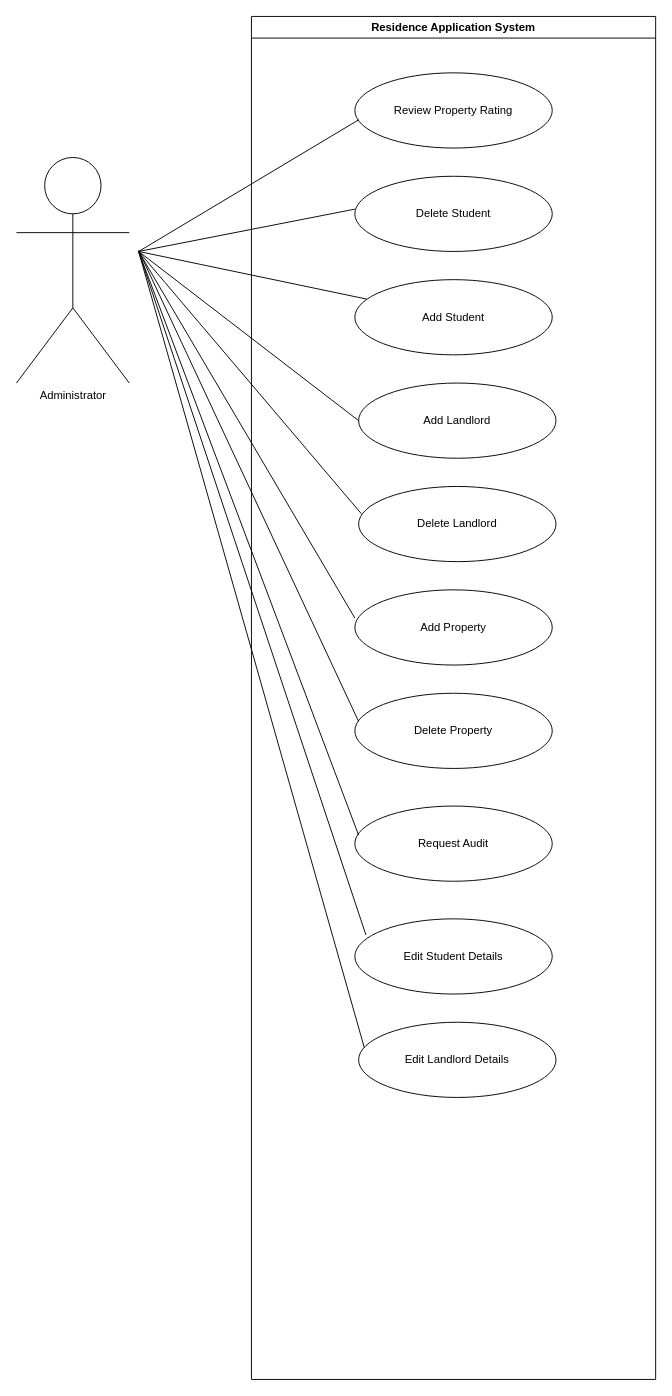
Above: AdminUseCase.drawio in SETHU60/cput_accomodation_application (draw.io), before the change. Source tidied: cells renumbered, new cells numbered last; positions are measured from the earlier drawing's top-left corner, leaving out a move shared by most shapes. Both pictures are drawn from the tidied source at 94%, with x=0, y=0 at pixel (16, 16).
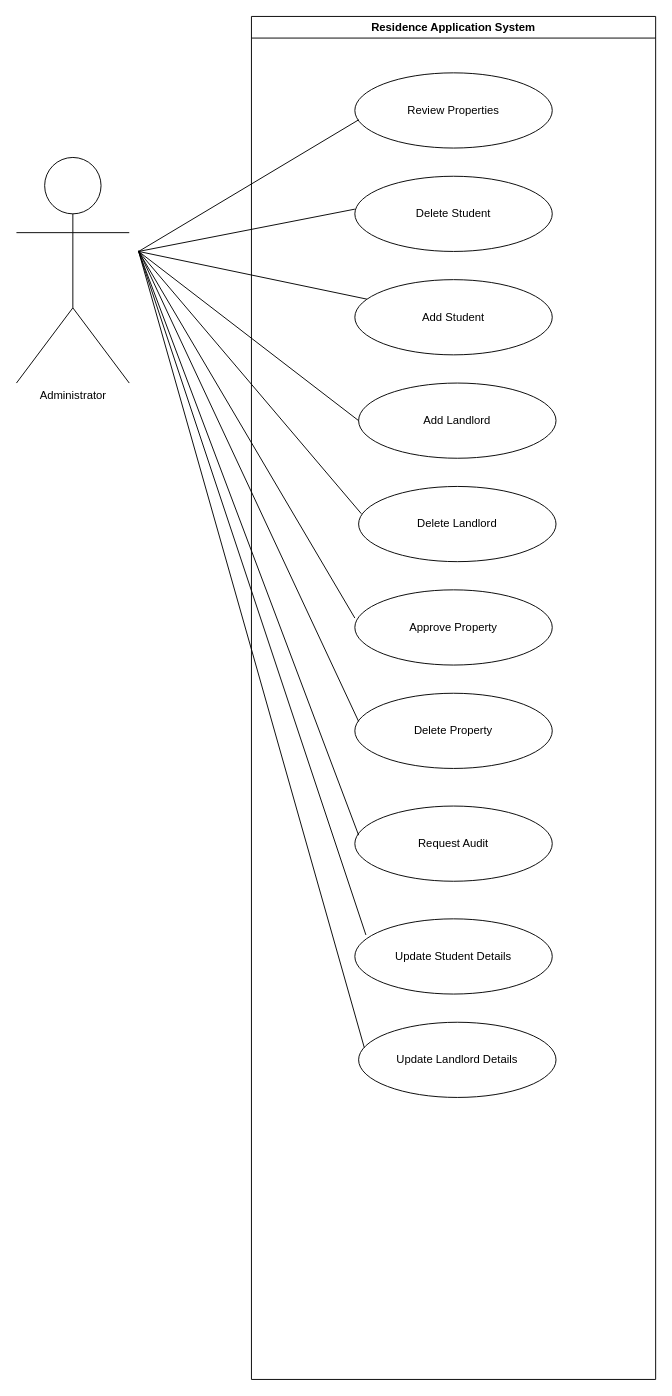
Above is the later version.

The change refers to these unchanged cells:
```xml
<mxCell id="2" value="Residence Application System" style="swimlane;whiteSpace=wrap;html=1;" parent="1" vertex="1">
  <mxGeometry x="250" width="430" height="1450" as="geometry" />
</mxCell>
```

Change to the diagram source:
```diff
@@
-    <mxCell id="3" value="Review Property Rating" style="ellipse;whiteSpace=wrap;html=1;" parent="2" vertex="1">
+    <mxCell id="3" value="Review Properties" style="ellipse;whiteSpace=wrap;html=1;" parent="2" vertex="1">
       <mxGeometry x="110" y="60" width="210" height="80" as="geometry" />
     </mxCell>
@@
-    <mxCell id="8" value="Add Property" style="ellipse;whiteSpace=wrap;html=1;" parent="2" vertex="1">
+    <mxCell id="8" value="Approve Property" style="ellipse;whiteSpace=wrap;html=1;" parent="2" vertex="1">
       <mxGeometry x="110" y="610" width="210" height="80" as="geometry" />
     </mxCell>
@@
-    <mxCell id="19" value="Edit Student Details" style="ellipse;whiteSpace=wrap;html=1;" parent="2" vertex="1">
+    <mxCell id="19" value="Update Student Details" style="ellipse;whiteSpace=wrap;html=1;" parent="2" vertex="1">
       <mxGeometry x="110" y="960" width="210" height="80" as="geometry" />
     </mxCell>
-    <mxCell id="20" value="Edit Landlord Details" style="ellipse;whiteSpace=wrap;html=1;" parent="2" vertex="1">
+    <mxCell id="20" value="Update Landlord Details" style="ellipse;whiteSpace=wrap;html=1;" parent="2" vertex="1">
       <mxGeometry x="114" y="1070" width="210" height="80" as="geometry" />
     </mxCell>
```
